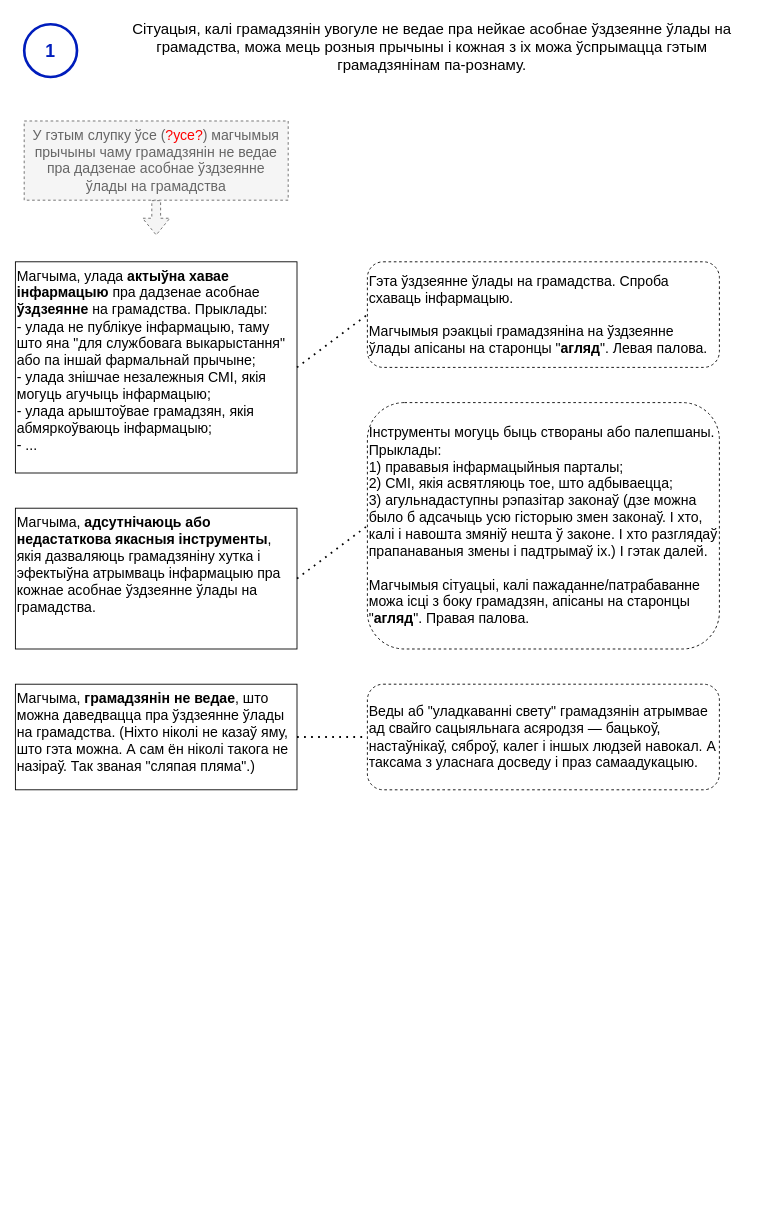
The draw.io diagram page "нататка-1" (2 of 2) of current-reality-tree/Дрэва цяперашняй рэальнасці.drawio in mshurkaeu-public/i-care.by, before the edit. Source tidied: cells renumbered, new cells numbered last; positions are measured from the earlier drawing's top-left corner, leaving out a move shared by most shapes. Both pictures are drawn from the tidied source at 88%, with x=0, y=0 at pixel (15, 15).
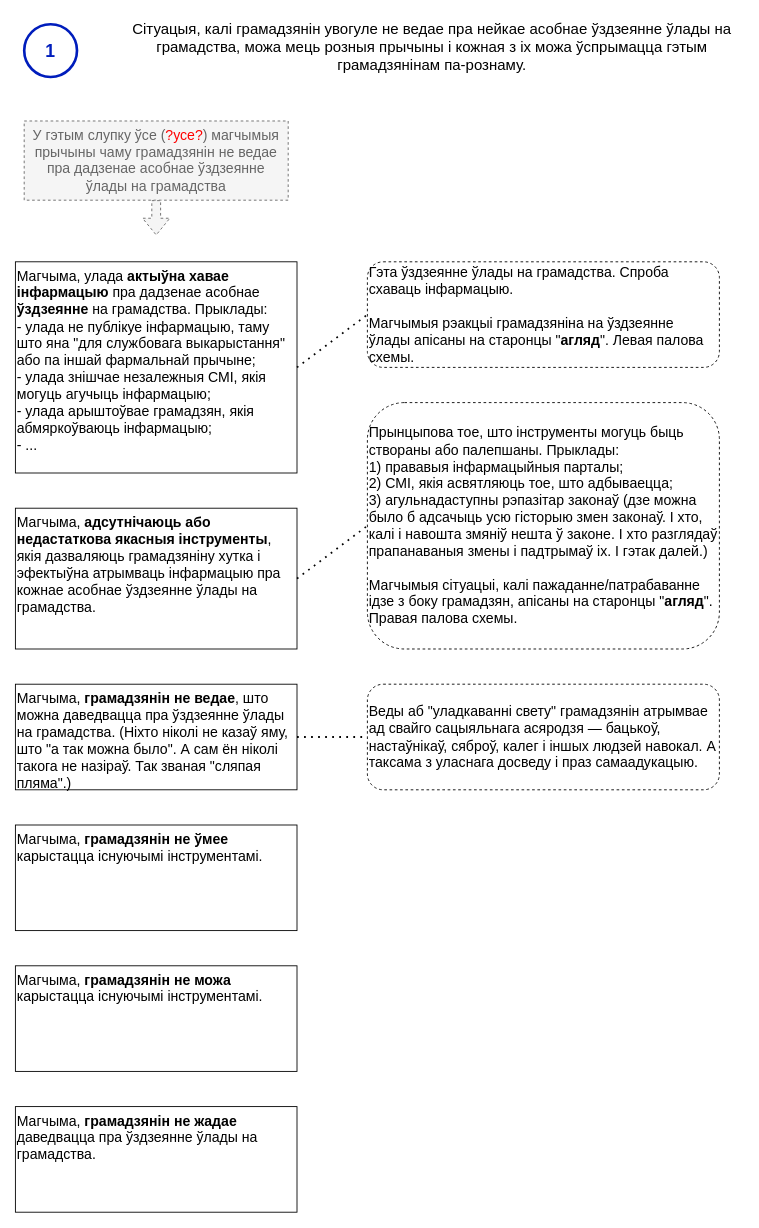
Above is the later version.

Commit message:
The 48 version of the current reality tree

What changed in the source:
```diff
@@
 <mxGraphModel background="#ffffff">
   <root>
     <mxCell id="0" />
     <mxCell id="1" parent="0" />
     <mxCell id="2" value="Сітуацыя, калі грамадзянін увогуле не ведае пра нейкае асобнае ўздзеянне ўлады на грамадства, можа мець розныя прычыны і кожная з іх можа ўспрымацца гэтым грамадзянінам па-рознаму." style="text;html=1;strokeColor=none;fillColor=none;align=center;verticalAlign=top;whiteSpace=wrap;rounded=0;fontSize=17;" parent="1" vertex="1">
       <mxGeometry x="120" width="707" height="80" as="geometry" />
     </mxCell>
     <mxCell id="3" style="verticalLabelPosition=bottom;verticalAlign=top;html=1;shape=mxgraph.flowchart.on-page_reference;strokeWidth=3;fillColor=none;fontColor=#ffffff;strokeColor=#001DBC;comic=0;" parent="1" vertex="1">
       <mxGeometry x="10" y="10" width="60" height="60" as="geometry" />
     </mxCell>
     <mxCell id="4" value="1" style="text;html=1;strokeColor=none;fillColor=none;align=center;verticalAlign=middle;whiteSpace=wrap;rounded=0;fontColor=#001DBC;fontSize=20;fontStyle=1;" parent="1" vertex="1">
       <mxGeometry x="10" y="25" width="60" height="30" as="geometry" />
     </mxCell>
     <mxCell id="5" value="У гэтым слупку ўсе (&lt;font color=&quot;#ff0000&quot;&gt;?усе?&lt;/font&gt;) магчымыя прычыны чаму грамадзянін не ведае пра дадзенае асобнае ўздзеянне ўлады на грамадства" style="text;html=1;strokeColor=#666666;fillColor=#f5f5f5;align=center;verticalAlign=top;whiteSpace=wrap;rounded=0;fontSize=16;fontColor=#666666;dashed=1;rotation=0;" parent="1" vertex="1">
       <mxGeometry x="10" y="120" width="300" height="90" as="geometry" />
     </mxCell>
     <mxCell id="6" style="shape=flexArrow;endArrow=classic;html=1;rounded=0;exitX=0.5;exitY=1;exitDx=0;exitDy=0;fillColor=#f5f5f5;strokeColor=#666666;dashed=1;" parent="1" edge="1" source="5">
       <mxGeometry relative="1" as="geometry">
         <mxPoint x="160" y="250" as="targetPoint" />
       </mxGeometry>
     </mxCell>
     <mxCell id="7" value="Магчыма, улада &lt;b&gt;актыўна хавае інфармацыю&lt;/b&gt; пра дадзенае асобнае &lt;b&gt;ўздзеянне&lt;/b&gt; на грамадства. Прыклады:&lt;br&gt;- улада не публікуе інфармацыю, таму што яна &quot;для службовага выкарыстання&quot; або па іншай фармальнай прычыне;&lt;br&gt;- улада знішчае незалежныя СМІ, якія могуць агучыць інфармацыю;&lt;br&gt;- улада арыштоўвае грамадзян, якія абмяркоўваюць інфармацыю;&lt;br&gt;- ...&lt;br&gt; " style="text;html=1;align=left;verticalAlign=top;whiteSpace=wrap;rounded=0;fontSize=16;strokeColor=default;rotation=0;" parent="1" vertex="1">
       <mxGeometry y="280" width="320" height="240" as="geometry" />
     </mxCell>
     <mxCell id="8" value="Магчыма, &lt;b&gt;адсутнічаюць або недастаткова якасныя інструменты&lt;/b&gt;, якія дазваляюць грамадзяніну хутка і эфектыўна атрымваць інфармацыю пра кожнае асобнае ўздзеянне ўлады на грамадства.&lt;br&gt; " style="text;html=1;align=left;verticalAlign=top;whiteSpace=wrap;rounded=0;fontSize=16;strokeColor=default;rotation=0;" parent="1" vertex="1">
       <mxGeometry y="560" width="320" height="160" as="geometry" />
     </mxCell>
-    <mxCell id="9" value="&lt;span&gt;Інструменты могуць быць створаны або палепшаны. Прыклады:&lt;br&gt;1) прававыя інфармацыйныя парталы;&lt;br&gt;2) СМІ, якія асвятляюць тое, што адбываецца;&lt;br&gt;3) &lt;/span&gt;агульнадаступны рэпазітар законаў (дзе можна было б адсачыць усю гісторыю змен законаў. І хто, калі і навошта змяніў нешта ў законе. І хто разглядаў прапанаваныя змены і падтрымаў іх.) І гэтак далей.&lt;br&gt;&lt;br&gt;Магчымыя сітуацыі, калі пажаданне/патрабаванне можа ісці з боку грамадзян, апісаны на старонцы &quot;&lt;b&gt;агляд&lt;/b&gt;&quot;. Правая палова." style="text;html=1;align=left;verticalAlign=middle;whiteSpace=wrap;rounded=1;fontSize=16;strokeColor=default;fontStyle=0;dashed=1;rotation=0;" parent="1" vertex="1">
+    <mxCell id="9" value="&lt;span&gt;Прынцыпова тое, што інструменты могуць быць створаны або палепшаны. Прыклады:&lt;br&gt;1) прававыя інфармацыйныя парталы;&lt;br&gt;2) СМІ, якія асвятляюць тое, што адбываецца;&lt;br&gt;3) &lt;/span&gt;агульнадаступны рэпазітар законаў (дзе можна было б адсачыць усю гісторыю змен законаў. І хто, калі і навошта змяніў нешта ў законе. І хто разглядаў прапанаваныя змены і падтрымаў іх. І гэтак далей.)&lt;br&gt;&lt;br&gt;Магчымыя сітуацыі, калі пажаданне/патрабаванне ідзе з боку грамадзян, апісаны на старонцы &quot;&lt;b&gt;агляд&lt;/b&gt;&quot;. Правая палова схемы." style="text;html=1;align=left;verticalAlign=middle;whiteSpace=wrap;rounded=1;fontSize=16;strokeColor=default;fontStyle=0;dashed=1;rotation=0;" parent="1" vertex="1">
       <mxGeometry x="400" y="440" width="400" height="280" as="geometry" />
     </mxCell>
-    <mxCell id="10" value="&lt;span&gt;Гэта ўздзеянне ўлады на грамадства. Спроба схаваць інфармацыю.&lt;br&gt;&lt;br&gt;Магчымыя рэакцыі грамадзяніна на ўздзеянне ўлады апісаны на старонцы &quot;&lt;b&gt;агляд&lt;/b&gt;&quot;. Левая палова.&lt;br&gt;&lt;/span&gt;" style="text;html=1;align=left;verticalAlign=middle;whiteSpace=wrap;rounded=1;fontSize=16;strokeColor=default;fontStyle=0;glass=0;shadow=0;dashed=1;rotation=0;" parent="1" vertex="1">
+    <mxCell id="10" value="&lt;span&gt;Гэта ўздзеянне ўлады на грамадства. Спроба схаваць інфармацыю.&lt;br&gt;&lt;br&gt;Магчымыя рэакцыі грамадзяніна на ўздзеянне ўлады апісаны на старонцы &quot;&lt;b&gt;агляд&lt;/b&gt;&quot;. Левая палова схемы.&lt;br&gt;&lt;/span&gt;" style="text;html=1;align=left;verticalAlign=middle;whiteSpace=wrap;rounded=1;fontSize=16;strokeColor=default;fontStyle=0;glass=0;shadow=0;dashed=1;rotation=0;" parent="1" vertex="1">
       <mxGeometry x="400" y="280" width="400" height="120" as="geometry" />
     </mxCell>
     <mxCell id="11" style="endArrow=none;dashed=1;html=1;dashPattern=1 3;strokeWidth=2;rounded=0;exitX=1;exitY=0.5;exitDx=0;exitDy=0;entryX=0;entryY=0.5;entryDx=0;entryDy=0;" parent="1" edge="1" source="7" target="10">
       <mxGeometry relative="1" as="geometry" />
     </mxCell>
     <mxCell id="12" style="endArrow=none;dashed=1;html=1;dashPattern=1 3;strokeWidth=2;rounded=0;exitX=1;exitY=0.5;exitDx=0;exitDy=0;entryX=0;entryY=0.5;entryDx=0;entryDy=0;" parent="1" edge="1" source="8" target="9">
       <mxGeometry relative="1" as="geometry" />
     </mxCell>
-    <mxCell id="13" value="Магчыма, &lt;b&gt;грамадзянін не ведае&lt;/b&gt;, што можна даведвацца пра ўздзеянне ўлады на грамадства. (Ніхто ніколі не казаў яму, што гэта можна. А сам ён ніколі такога не назіраў. Так званая &quot;сляпая пляма&quot;.)&lt;br&gt; " style="text;html=1;align=left;verticalAlign=top;whiteSpace=wrap;rounded=0;fontSize=16;strokeColor=default;rotation=0;" parent="1" vertex="1">
+    <mxCell id="13" value="Магчыма, &lt;b&gt;грамадзянін не ведае&lt;/b&gt;, што можна даведвацца пра ўздзеянне ўлады на грамадства. (Ніхто ніколі не казаў яму, што &quot;а так можна было&quot;. А сам ён ніколі такога не назіраў. Так званая &quot;сляпая пляма&quot;.)&lt;br&gt; " style="text;html=1;align=left;verticalAlign=top;whiteSpace=wrap;rounded=0;fontSize=16;strokeColor=default;rotation=0;" parent="1" vertex="1">
       <mxGeometry y="760" width="320" height="120" as="geometry" />
     </mxCell>
     <mxCell id="14" value="Веды аб &quot;уладкаванні свету&quot; грамадзянін атрымвае ад свайго сацыяльнага асяродзя — бацькоў, настаўнікаў, сяброў, калег і іншых людзей навокал. А таксама з уласнага досведу і праз самаадукацыю." style="text;html=1;align=left;verticalAlign=middle;whiteSpace=wrap;rounded=1;fontSize=16;strokeColor=default;fontStyle=0;glass=0;shadow=0;dashed=1;rotation=0;" parent="1" vertex="1">
       <mxGeometry x="400" y="760" width="400" height="120" as="geometry" />
     </mxCell>
     <mxCell id="15" style="endArrow=none;dashed=1;html=1;dashPattern=1 3;strokeWidth=2;rounded=0;exitX=1;exitY=0.5;exitDx=0;exitDy=0;entryX=0;entryY=0.5;entryDx=0;entryDy=0;" parent="1" edge="1" source="13" target="14">
       <mxGeometry relative="1" as="geometry" />
     </mxCell>
+    <mxCell id="16" value="Магчыма, &lt;b&gt;грамадзянін не ўмее&lt;/b&gt; карыстацца існуючымі інструментамі.&lt;br&gt; " style="text;html=1;align=left;verticalAlign=top;whiteSpace=wrap;rounded=0;fontSize=16;strokeColor=default;rotation=0;" parent="1" vertex="1">
+      <mxGeometry y="920" width="320" height="120" as="geometry" />
+    </mxCell>
+    <mxCell id="17" value="Магчыма, &lt;b&gt;грамадзянін не можа&lt;/b&gt; карыстацца існуючымі інструментамі.&lt;br&gt; " style="text;html=1;align=left;verticalAlign=top;whiteSpace=wrap;rounded=0;fontSize=16;strokeColor=default;rotation=0;" parent="1" vertex="1">
+      <mxGeometry y="1080" width="320" height="120" as="geometry" />
+    </mxCell>
+    <mxCell id="18" value="Магчыма, &lt;b&gt;грамадзянін не жадае&lt;/b&gt; даведвацца пра ўздзеянне ўлады на грамадства.&lt;br&gt; " style="text;html=1;align=left;verticalAlign=top;whiteSpace=wrap;rounded=0;fontSize=16;strokeColor=default;rotation=0;" parent="1" vertex="1">
+      <mxGeometry y="1240" width="320" height="120" as="geometry" />
+    </mxCell>
   </root>
 </mxGraphModel>
```
